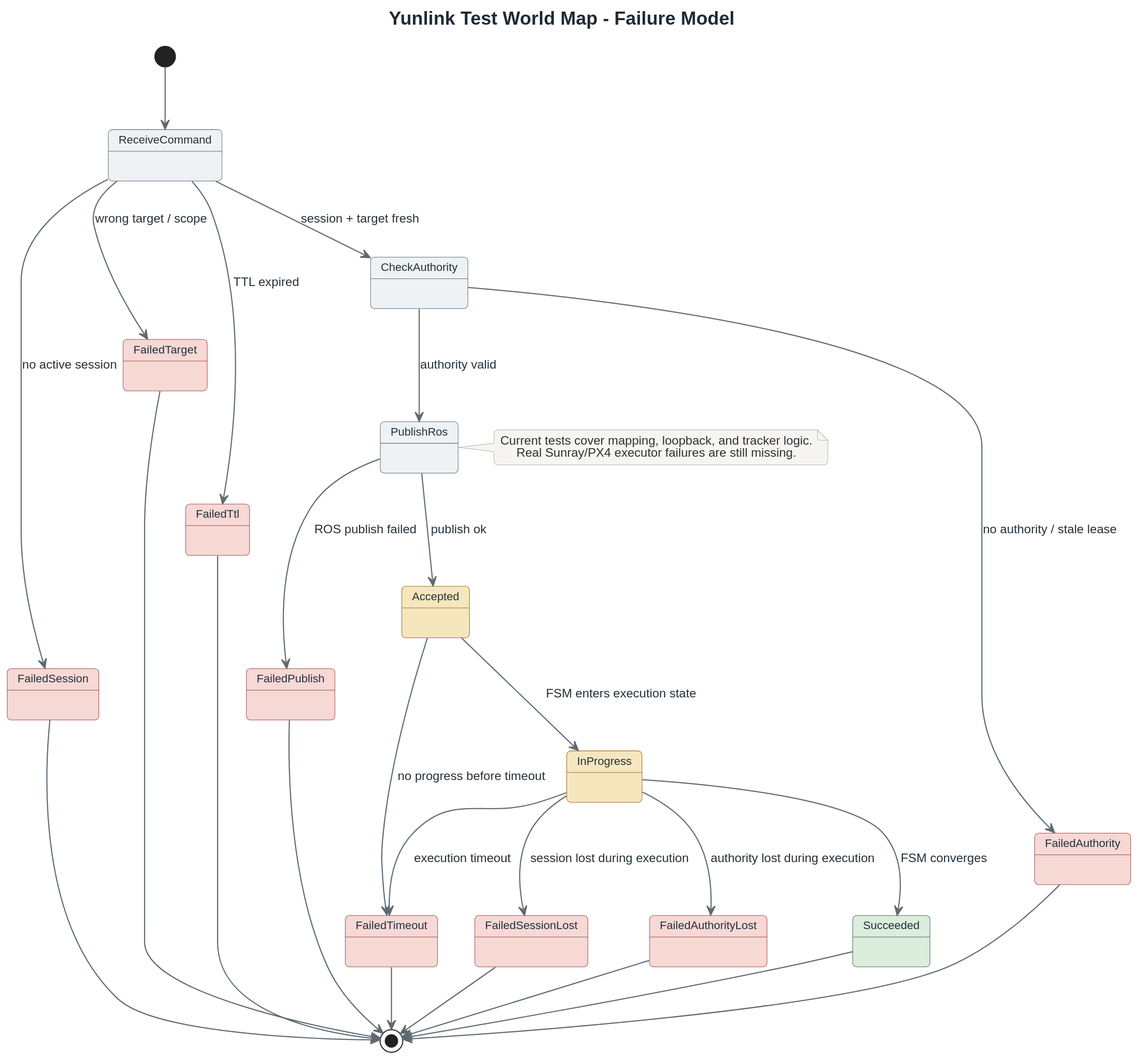
YunDrone-Team/yunlink keeps this PlantUML diagram as docs/diagrams/plantuml/svg/test_world_map_failure_model.svg. Above is the earlier version.
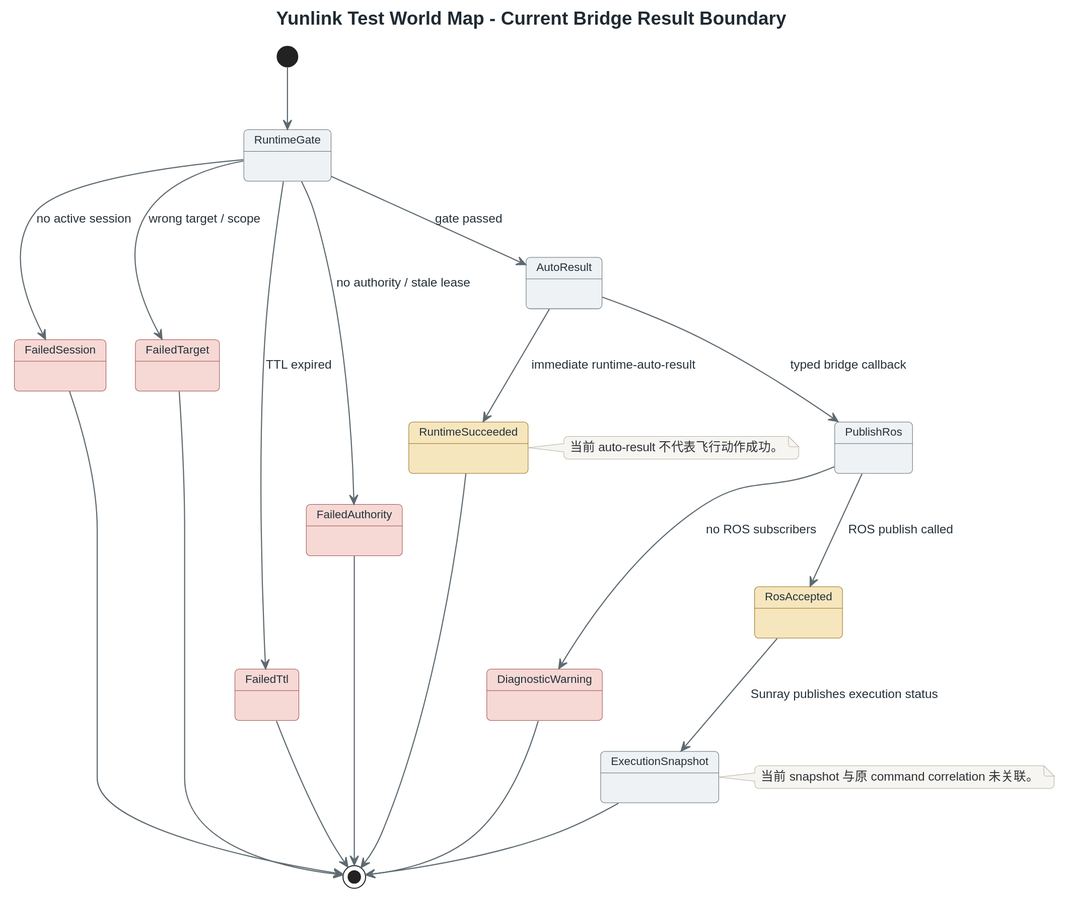
After the change.

Diff of the diagram source:
```diff
@@ -1,53 +1,45 @@
 @startuml
 skinparamlocked backgroundColor white
 !include _yunlink_protocol_theme.iuml
-title Yunlink Test World Map - Failure Model
+title Yunlink Test World Map - Current Bridge Result Boundary
 
-[*] --> ReceiveCommand
+[*] --> RuntimeGate
 
-ReceiveCommand --> FailedSession : no active session
-ReceiveCommand --> FailedTarget : wrong target / scope
-ReceiveCommand --> FailedTtl : TTL expired
-ReceiveCommand --> CheckAuthority : session + target fresh
+RuntimeGate --> FailedSession : no active session
+RuntimeGate --> FailedTarget : wrong target / scope
+RuntimeGate --> FailedTtl : TTL expired
+RuntimeGate --> FailedAuthority : no authority / stale lease
+RuntimeGate --> AutoResult : gate passed
 
-CheckAuthority --> FailedAuthority : no authority / stale lease
-CheckAuthority --> PublishRos : authority valid
+AutoResult --> RuntimeSucceeded : immediate runtime-auto-result
+AutoResult --> PublishRos : typed bridge callback
 
-PublishRos --> FailedPublish : ROS publish failed
-PublishRos --> Accepted : publish ok
-
-Accepted --> InProgress : FSM enters execution state
-Accepted --> FailedTimeout : no progress before timeout
-
-InProgress --> Succeeded : FSM converges
-InProgress --> FailedTimeout : execution timeout
-InProgress --> FailedSessionLost : session lost during execution
-InProgress --> FailedAuthorityLost : authority lost during execution
+PublishRos --> DiagnosticWarning : no ROS subscribers
+PublishRos --> RosAccepted : ROS publish called
+RosAccepted --> ExecutionSnapshot : Sunray publishes execution status
 
 FailedSession --> [*]
 FailedTarget --> [*]
 FailedTtl --> [*]
 FailedAuthority --> [*]
-FailedPublish --> [*]
-FailedTimeout --> [*]
-FailedSessionLost --> [*]
-FailedAuthorityLost --> [*]
-Succeeded --> [*]
+RuntimeSucceeded --> [*]
+DiagnosticWarning --> [*]
+ExecutionSnapshot --> [*]
 
 state FailedSession <<Risk>>
 state FailedTarget <<Risk>>
 state FailedTtl <<Risk>>
 state FailedAuthority <<Risk>>
-state FailedPublish <<Risk>>
-state FailedTimeout <<Risk>>
-state FailedSessionLost <<Risk>>
-state FailedAuthorityLost <<Risk>>
-state Succeeded <<ActiveState>>
-state Accepted <<Transit>>
-state InProgress <<Transit>>
+state DiagnosticWarning <<Risk>>
+state RuntimeSucceeded <<Transit>>
+state RosAccepted <<Transit>>
+state ExecutionSnapshot <<StatePlane>>
 
-note right of PublishRos
-Current tests cover mapping, loopback, and tracker logic.
-Real Sunray/PX4 executor failures are still missing.
+note right of RuntimeSucceeded
+当前 auto-result 不代表飞行动作成功。
+end note
+
+note right of ExecutionSnapshot
+当前 snapshot 与原 command correlation 未关联。
 end note
 @enduml
```
